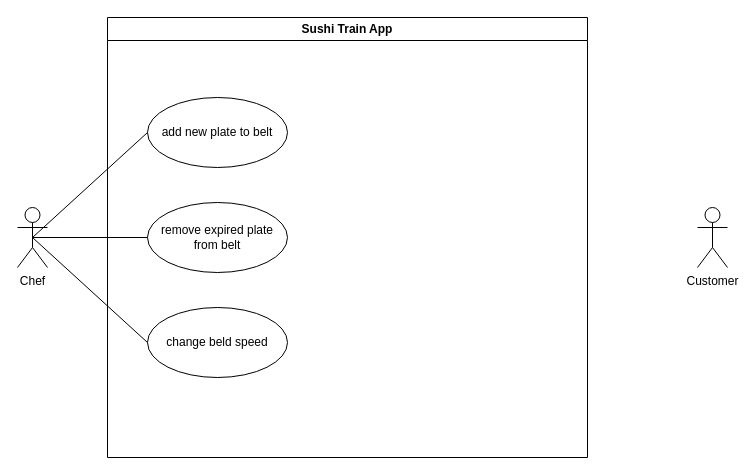
This is docs/use-cases.drawio from lorenzipsum/sushi-train, a draw.io file, before an edit. Source tidied: cells renumbered, new cells numbered last; positions are measured from the earlier drawing's top-left corner, leaving out a move shared by most shapes. Both pictures are drawn from the tidied source at 100%, with x=0, y=0 at pixel (17, 17).
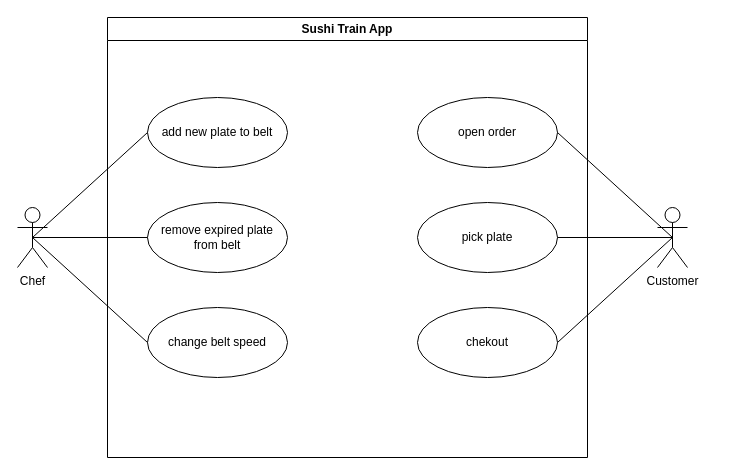
The same diagram, later.

Change to the diagram source:
```diff
@@
 <mxGraphModel>
   <root>
     <mxCell id="0" />
     <mxCell id="1" parent="0" />
     <mxCell id="2" value="Chef" style="shape=umlActor;verticalLabelPosition=bottom;verticalAlign=top;html=1;" parent="1" vertex="1">
       <mxGeometry y="190" width="30" height="60" as="geometry" />
     </mxCell>
     <mxCell id="3" value="Customer" style="shape=umlActor;verticalLabelPosition=bottom;verticalAlign=top;html=1;" parent="1" vertex="1">
-      <mxGeometry x="680" y="190" width="30" height="60" as="geometry" />
+      <mxGeometry x="640" y="190" width="30" height="60" as="geometry" />
     </mxCell>
     <mxCell id="4" value="Sushi Train App" style="swimlane;whiteSpace=wrap;html=1;" parent="1" vertex="1">
       <mxGeometry x="90" width="480" height="440" as="geometry" />
     </mxCell>
     <mxCell id="5" value="add new plate to belt" style="ellipse;whiteSpace=wrap;html=1;" parent="4" vertex="1">
       <mxGeometry x="40" y="80" width="140" height="70" as="geometry" />
     </mxCell>
     <mxCell id="6" value="remove expired plate from belt" style="ellipse;whiteSpace=wrap;html=1;" parent="4" vertex="1">
       <mxGeometry x="40" y="185" width="140" height="70" as="geometry" />
     </mxCell>
-    <mxCell id="7" value="change beld speed" style="ellipse;whiteSpace=wrap;html=1;" parent="4" vertex="1">
+    <mxCell id="7" value="change belt speed" style="ellipse;whiteSpace=wrap;html=1;" parent="4" vertex="1">
       <mxGeometry x="40" y="290" width="140" height="70" as="geometry" />
     </mxCell>
+    <mxCell id="11" value="pick plate" style="ellipse;whiteSpace=wrap;html=1;" parent="4" vertex="1">
+      <mxGeometry x="310" y="185" width="140" height="70" as="geometry" />
+    </mxCell>
+    <mxCell id="12" value="chekout" style="ellipse;whiteSpace=wrap;html=1;" parent="4" vertex="1">
+      <mxGeometry x="310" y="290" width="140" height="70" as="geometry" />
+    </mxCell>
+    <mxCell id="13" value="open order" style="ellipse;whiteSpace=wrap;html=1;" parent="4" vertex="1">
+      <mxGeometry x="310" y="80" width="140" height="70" as="geometry" />
+    </mxCell>
     <mxCell id="8" style="endArrow=none;html=1;rounded=0;exitX=0.5;exitY=0.5;exitDx=0;exitDy=0;exitPerimeter=0;entryX=0;entryY=0.5;entryDx=0;entryDy=0;" parent="1" edge="1" source="2" target="5">
       <mxGeometry relative="1" as="geometry" />
     </mxCell>
     <mxCell id="9" style="endArrow=none;html=1;rounded=0;exitX=0.5;exitY=0.5;exitDx=0;exitDy=0;exitPerimeter=0;entryX=0;entryY=0.5;entryDx=0;entryDy=0;" parent="1" edge="1" source="2" target="6">
       <mxGeometry relative="1" as="geometry" />
     </mxCell>
     <mxCell id="10" style="endArrow=none;html=1;rounded=0;exitX=0.5;exitY=0.5;exitDx=0;exitDy=0;exitPerimeter=0;entryX=0;entryY=0.5;entryDx=0;entryDy=0;" parent="1" edge="1" source="2" target="7">
       <mxGeometry relative="1" as="geometry" />
     </mxCell>
+    <mxCell id="14" style="endArrow=none;html=1;rounded=0;exitX=1;exitY=0.5;exitDx=0;exitDy=0;entryX=0.5;entryY=0.5;entryDx=0;entryDy=0;entryPerimeter=0;" parent="1" edge="1" source="13" target="3">
+      <mxGeometry relative="1" as="geometry" />
+    </mxCell>
+    <mxCell id="15" style="endArrow=none;html=1;rounded=0;exitX=1;exitY=0.5;exitDx=0;exitDy=0;entryX=0.5;entryY=0.5;entryDx=0;entryDy=0;entryPerimeter=0;" parent="1" edge="1" source="11" target="3">
+      <mxGeometry relative="1" as="geometry" />
+    </mxCell>
+    <mxCell id="16" style="endArrow=none;html=1;rounded=0;exitX=1;exitY=0.5;exitDx=0;exitDy=0;entryX=0.5;entryY=0.5;entryDx=0;entryDy=0;entryPerimeter=0;" parent="1" edge="1" source="12" target="3">
+      <mxGeometry relative="1" as="geometry" />
+    </mxCell>
   </root>
 </mxGraphModel>
```
